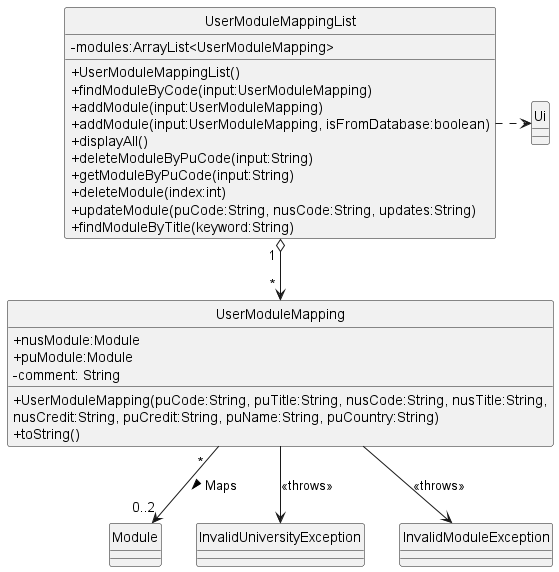
The PlantUML diagram docs/images/UserModuleMapping_Class.png in nus-cs2113-AY2223S1/tp, before a commit. The source it was exported from:
```plantuml
@startuml

hide circle
skinparam classAttributeIconSize 0

class Module {
}

class InvalidUniversityException {
}

class InvalidModuleException{
}

class UserModuleMapping {
    + nusModule:Module
    + puModule:Module
    - comment: String
    + UserModuleMapping(puCode:String, puTitle:String, nusCode:String, nusTitle:String,
                        nusCredit:String, puCredit:String, puName:String, puCountry:String)
    + toString()
}

class Ui {
}

class UserModuleMappingList {
    - modules:ArrayList<UserModuleMapping>
    + UserModuleMappingList()
    + findModuleByCode(input:UserModuleMapping)
    + addModule(input:UserModuleMapping)
    + addModule(input:UserModuleMapping, isFromDatabase:boolean)
    + displayAll()
    + deleteModuleByPuCode(input:String)
    + getModuleByPuCode(input:String)
    + deleteModule(index:int)
    + updateModule(puCode:String, nusCode:String, updates:String)
    + findModuleByTitle(keyword:String)
}

UserModuleMapping " *  " --> "0..2" Module :> Maps
UserModuleMappingList " 1 " o--> " * " UserModuleMapping
UserModuleMappingList .> Ui
UserModuleMapping --> InvalidModuleException :<<throws>>
UserModuleMapping --> InvalidUniversityException :<<throws>>

@enduml
```
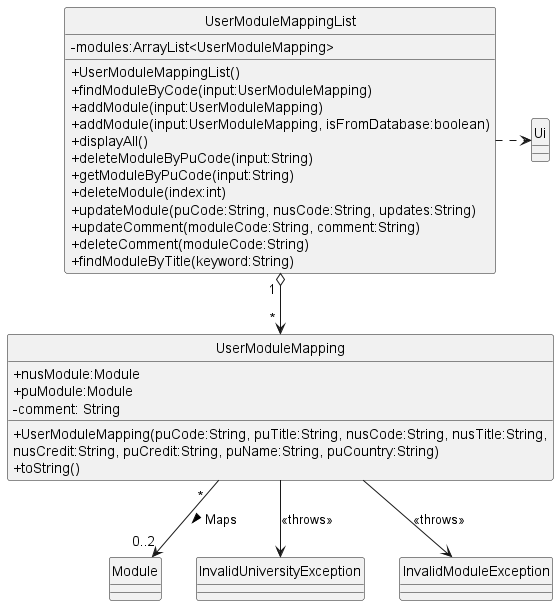
The same diagram one commit later.

Commit message:
Update UML sequence & class diagrams

Change to the diagram source:
```diff
@@ -35,6 +35,8 @@
     + getModuleByPuCode(input:String)
     + deleteModule(index:int)
     + updateModule(puCode:String, nusCode:String, updates:String)
+    + updateComment(moduleCode:String, comment:String)
+    + deleteComment(moduleCode:String)
     + findModuleByTitle(keyword:String)
 }
 
```
